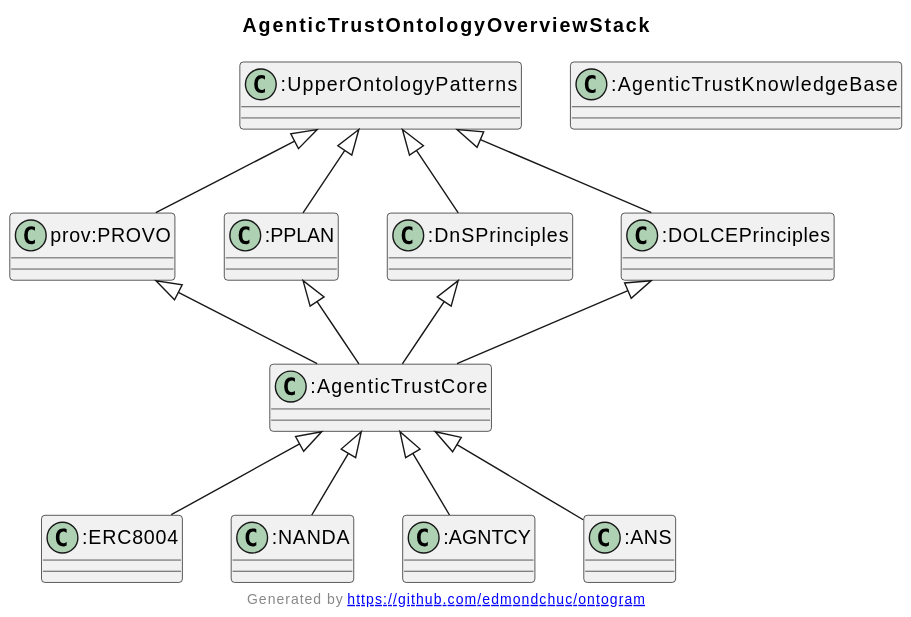
Agentic-Trust-Layer/agent-explorer keeps this PlantUML diagram as docs/ontology/images/sections/overview-stack.svg. Above is the earlier version.
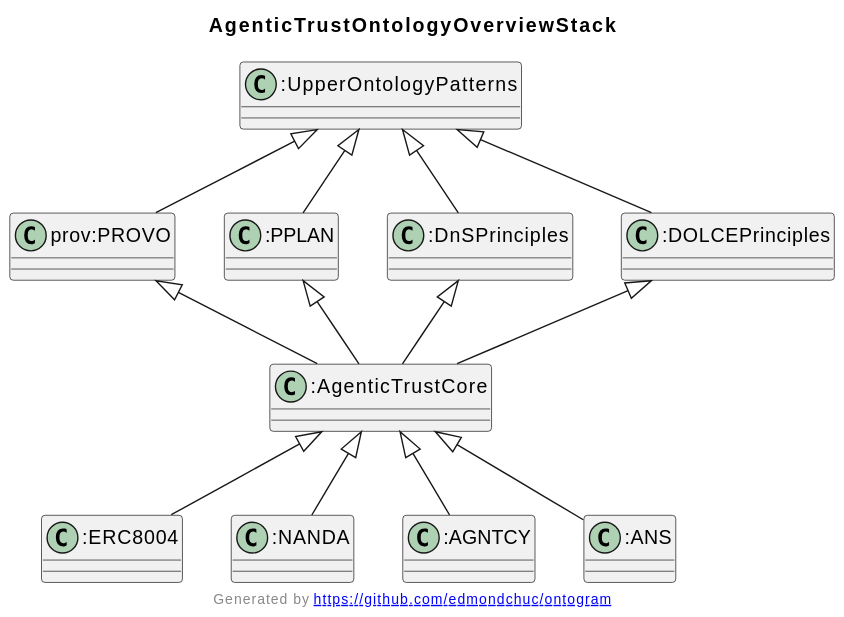
Later version of the same file.

Diff of the diagram source:
```diff
@@ -32,7 +32,5 @@
 }
 Class ":ANS" [[https://www.agentictrust.io/ontology/agentictrust#ANS]] {
 }
-Class ":AgenticTrustKnowledgeBase" [[https://www.agentictrust.io/ontology/agentictrust#AgenticTrustKnowledgeBase]] {
-}
 center footer Generated by [[https://github.com/edmondchuc/ontogram https://github.com/edmondchuc/ontogram]]
 @enduml
```
